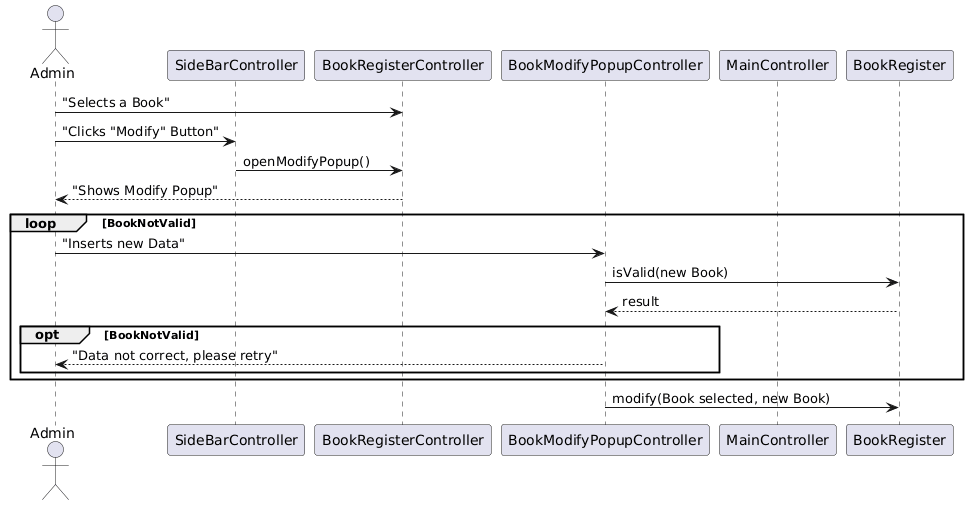
Earlier version of the PlantUML export docs/Sequence Diagrams/BookInteractions/Modify/BookModify.png (cwke/LibraryManager). Its diagram source:
```plantuml
@startuml



actor Admin

participant SideBarController
participant BookRegisterController
participant BookModifyPopupController
participant MainController
participant BookRegister

Admin -> BookRegisterController : "Selects a Book"
Admin -> SideBarController : "Clicks "Modify" Button"
SideBarController -> BookRegisterController : openModifyPopup()
BookRegisterController --> Admin : "Shows Modify Popup"
loop BookNotValid
Admin -> BookModifyPopupController : "Inserts new Data"
BookModifyPopupController -> BookRegister : isValid(new Book)
BookModifyPopupController <-- BookRegister : result
opt BookNotValid
BookModifyPopupController --> Admin : "Data not correct, please retry"
end
end
BookModifyPopupController -> BookRegister : modify(Book selected, new Book)
@enduml
```
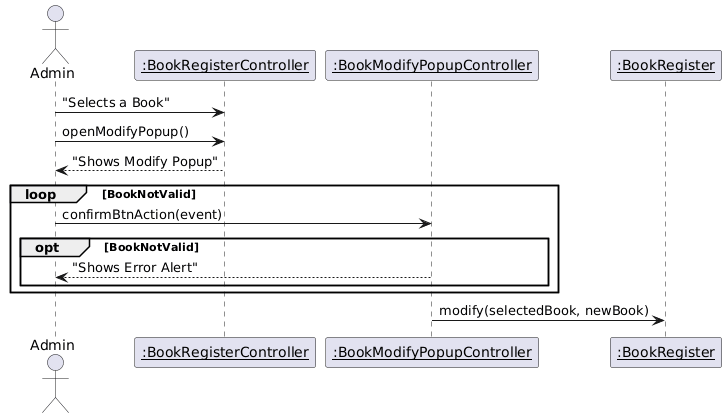
The same diagram one commit later.

Diff of the diagram source:
```diff
@@ -1,26 +1,19 @@
 @startuml
-
-
 
 actor Admin
 
-participant SideBarController
-participant BookRegisterController
-participant BookModifyPopupController
-participant MainController
-participant BookRegister
+participant "<u>:BookRegisterController" as BookRegisterController
+participant "<u>:BookModifyPopupController" as BookModifyPopupController
+participant "<u>:BookRegister" as BookRegister
 
 Admin -> BookRegisterController : "Selects a Book"
-Admin -> SideBarController : "Clicks "Modify" Button"
-SideBarController -> BookRegisterController : openModifyPopup()
+Admin -> BookRegisterController : openModifyPopup()
 BookRegisterController --> Admin : "Shows Modify Popup"
 loop BookNotValid
-Admin -> BookModifyPopupController : "Inserts new Data"
-BookModifyPopupController -> BookRegister : isValid(new Book)
-BookModifyPopupController <-- BookRegister : result
+Admin -> BookModifyPopupController : confirmBtnAction(event)
 opt BookNotValid
-BookModifyPopupController --> Admin : "Data not correct, please retry"
+BookModifyPopupController --> Admin : "Shows Error Alert"
 end
 end
-BookModifyPopupController -> BookRegister : modify(Book selected, new Book)
+BookModifyPopupController -> BookRegister : modify(selectedBook, newBook)
 @enduml
```
